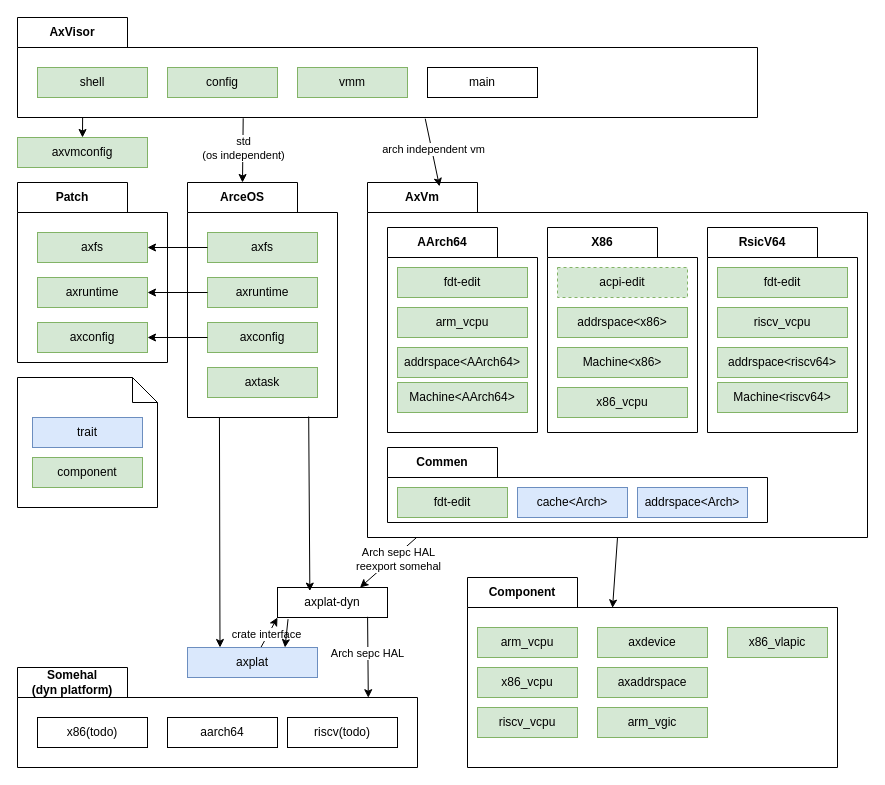
This is doc/changelog/v0.3.0/layout.dio from arceos-hypervisor/axvisor, a draw.io file, before an edit. Source tidied: cells renumbered, new cells numbered last; positions are measured from the earlier drawing's top-left corner, leaving out a move shared by most shapes. Both pictures are drawn from the tidied source at 100%, with x=0, y=0 at pixel (17, 17).
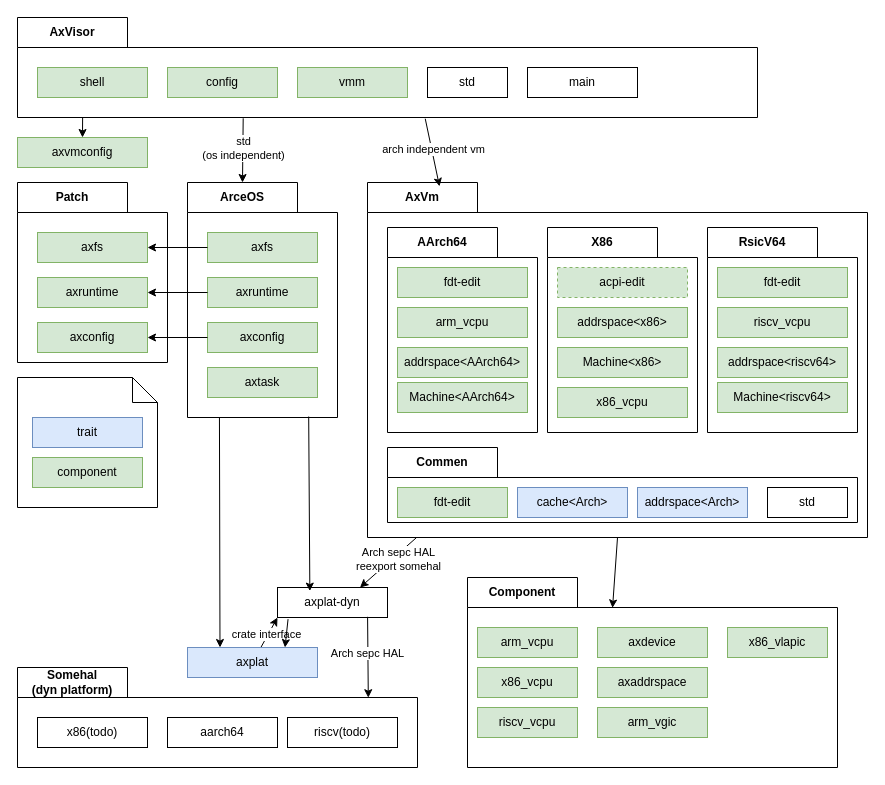
The same page after the edit.

Commit message:
feat: 更新 changelog 布局，调整组件位置并添加新组件

The change refers to these unchanged cells:
```xml
<mxCell id="16" value="AxVisor" style="shape=folder;fontStyle=1;tabWidth=110;tabHeight=30;tabPosition=left;html=1;boundedLbl=1;labelInHeader=1;whiteSpace=wrap;" parent="1" vertex="1">
  <mxGeometry width="740" height="100" as="geometry" />
</mxCell>
<mxCell id="35" value="AxVm" style="shape=folder;fontStyle=1;tabWidth=110;tabHeight=30;tabPosition=left;html=1;boundedLbl=1;labelInHeader=1;whiteSpace=wrap;" parent="1" vertex="1">
  <mxGeometry x="350" y="165" width="500" height="355" as="geometry" />
</mxCell>
```

The edit, as a diff of the source:
```diff
@@
     <mxCell id="20" value="main" style="html=1;whiteSpace=wrap;" parent="16" vertex="1">
-      <mxGeometry x="410" y="50" width="110" height="30" as="geometry" />
+      <mxGeometry x="510" y="50" width="110" height="30" as="geometry" />
     </mxCell>
+    <mxCell id="72" value="std" style="html=1;whiteSpace=wrap;" parent="16" vertex="1">
+      <mxGeometry x="410" y="50" width="80" height="30" as="geometry" />
+    </mxCell>
@@
     <mxCell id="36" value="Commen" style="shape=folder;fontStyle=1;tabWidth=110;tabHeight=30;tabPosition=left;html=1;boundedLbl=1;labelInHeader=1;whiteSpace=wrap;" parent="35" vertex="1">
-      <mxGeometry x="20" y="265" width="380" height="75" as="geometry" />
+      <mxGeometry x="20" y="265" width="470" height="75" as="geometry" />
     </mxCell>
@@
+    <mxCell id="73" value="std" style="html=1;whiteSpace=wrap;" parent="36" vertex="1">
+      <mxGeometry x="380" y="40" width="80" height="30" as="geometry" />
+    </mxCell>
```
